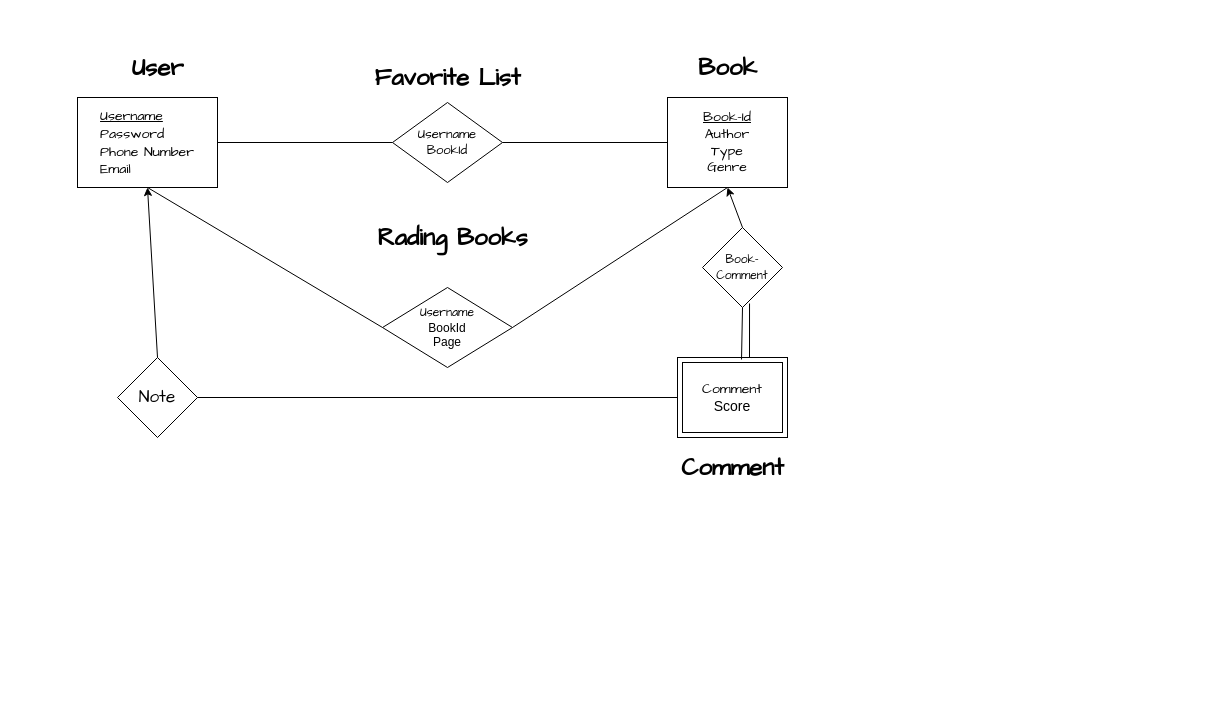
This is Untitled Diagram.drawio from fatemehprb/ER-Diagram, a draw.io file, before an edit. Source tidied: cells renumbered, new cells numbered last; positions are measured from the earlier drawing's top-left corner, leaving out a move shared by most shapes. Both pictures are drawn from the tidied source at 100%, with x=0, y=0 at pixel (77, 47).
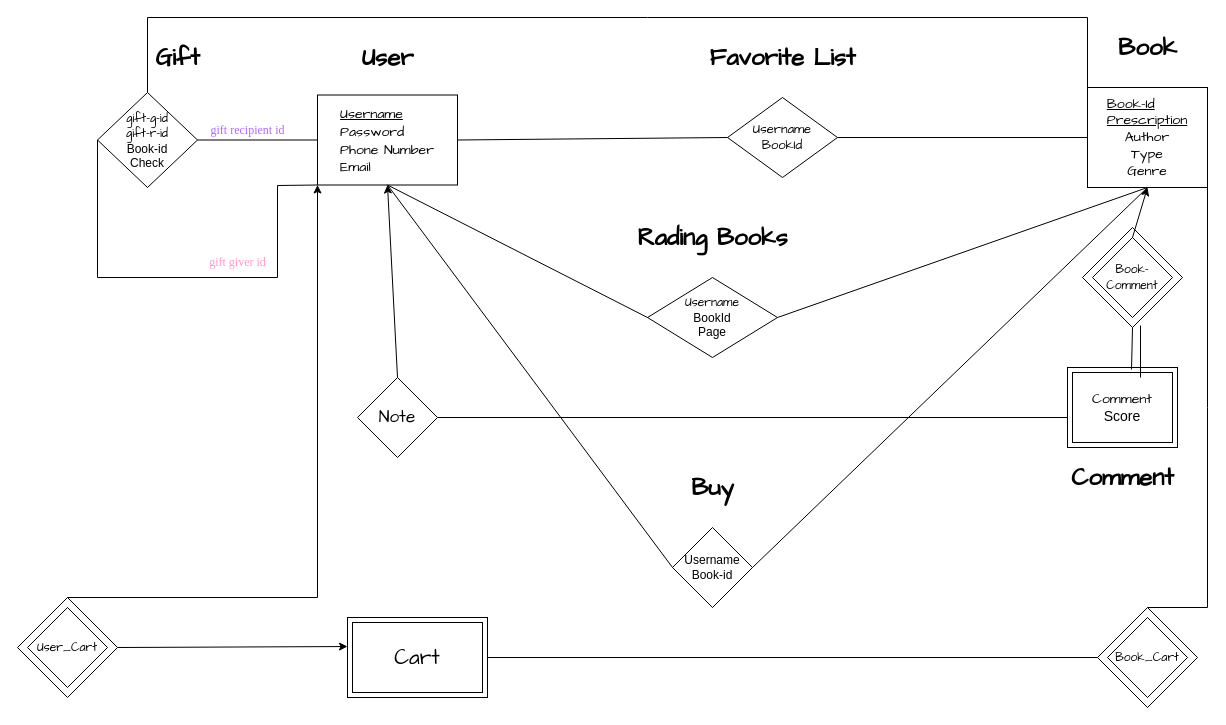
Above is the later version.

Commit message:
cart and git entities was added and basic schema of this diagram was provided

Diff of the diagram source:
```diff
@@
+    <mxCell id="23" style="rhombus;whiteSpace=wrap;html=1;" parent="1" vertex="1">
+      <mxGeometry x="1020" y="560" width="100" height="100" as="geometry" />
+    </mxCell>
+    <mxCell id="24" style="rhombus;whiteSpace=wrap;html=1;" parent="1" vertex="1">
+      <mxGeometry x="1005" y="180" width="100" height="100" as="geometry" />
+    </mxCell>
+    <mxCell id="25" style="rhombus;whiteSpace=wrap;html=1;" parent="1" vertex="1">
+      <mxGeometry x="-60" y="550" width="100" height="100" as="geometry" />
+    </mxCell>
     <mxCell id="2" value="&lt;font face=&quot;Comic Sans MS&quot;&gt;User&lt;/font&gt;" style="text;strokeColor=none;fillColor=none;html=1;fontSize=24;fontStyle=1;verticalAlign=middle;align=center;labelBorderColor=none;" parent="1" vertex="1">
-      <mxGeometry x="30" width="100" height="40" as="geometry" />
+      <mxGeometry x="260" y="-10" width="100" height="40" as="geometry" />
     </mxCell>
     <mxCell id="3" value="&lt;div style=&quot;font-size: 14px;&quot; align=&quot;left&quot;&gt;&lt;font face=&quot;Comic Sans MS&quot;&gt;&lt;u&gt;Username&lt;/u&gt;&lt;/font&gt;&lt;/div&gt;&lt;div style=&quot;font-size: 14px;&quot; align=&quot;left&quot;&gt;&lt;font face=&quot;Comic Sans MS&quot;&gt;Password&lt;/font&gt;&lt;/div&gt;&lt;div style=&quot;font-size: 14px;&quot; align=&quot;left&quot;&gt;&lt;font face=&quot;Comic Sans MS&quot;&gt;Phone Number&lt;/font&gt;&lt;/div&gt;&lt;div style=&quot;font-size: 14px;&quot; align=&quot;left&quot;&gt;&lt;font face=&quot;Comic Sans MS&quot;&gt;Email&lt;br&gt;&lt;/font&gt;&lt;/div&gt;" style="rounded=0;whiteSpace=wrap;html=1;" parent="1" vertex="1">
-      <mxGeometry y="50" width="140" height="90" as="geometry" />
+      <mxGeometry x="240" y="47.5" width="140" height="90" as="geometry" />
     </mxCell>
     <mxCell id="4" value="&lt;font face=&quot;Comic Sans MS&quot;&gt;Book&lt;/font&gt;" style="text;strokeColor=none;fillColor=none;html=1;fontSize=24;fontStyle=1;verticalAlign=middle;align=center;" parent="1" vertex="1">
-      <mxGeometry x="600" width="100" height="40" as="geometry" />
+      <mxGeometry x="1020" y="-20" width="100" height="40" as="geometry" />
     </mxCell>
-    <mxCell id="5" value="&lt;div align=&quot;left&quot; style=&quot;font-size: 14px;&quot;&gt;&lt;font style=&quot;font-size: 14px;&quot;&gt;&lt;u&gt;Book-Id&lt;br&gt;&lt;/u&gt;&lt;/font&gt;&lt;/div&gt;&lt;div style=&quot;font-size: 14px;&quot;&gt;&lt;font style=&quot;font-size: 14px;&quot;&gt;Author&lt;/font&gt;&lt;/div&gt;&lt;div style=&quot;font-size: 14px;&quot;&gt;&lt;font style=&quot;font-size: 14px;&quot;&gt;Type&lt;/font&gt;&lt;/div&gt;&lt;div style=&quot;font-size: 14px;&quot;&gt;&lt;font style=&quot;font-size: 14px;&quot;&gt;Genre&lt;/font&gt;&lt;/div&gt;" style="rounded=0;whiteSpace=wrap;html=1;fontFamily=Comic Sans MS;" parent="1" vertex="1">
-      <mxGeometry x="590" y="50" width="120" height="90" as="geometry" />
+    <mxCell id="5" value="&lt;div align=&quot;left&quot; style=&quot;font-size: 14px;&quot;&gt;&lt;font style=&quot;font-size: 14px;&quot;&gt;&lt;u&gt;Book-Id&lt;/u&gt;&lt;/font&gt;&lt;/div&gt;&lt;div align=&quot;left&quot; style=&quot;font-size: 14px;&quot;&gt;&lt;font style=&quot;font-size: 14px;&quot;&gt;&lt;u&gt;Prescription&lt;/u&gt;&lt;/font&gt;&lt;/div&gt;&lt;div style=&quot;font-size: 14px;&quot;&gt;&lt;font style=&quot;font-size: 14px;&quot;&gt;Author&lt;/font&gt;&lt;/div&gt;&lt;div style=&quot;font-size: 14px;&quot;&gt;&lt;font style=&quot;font-size: 14px;&quot;&gt;Type&lt;/font&gt;&lt;/div&gt;&lt;div style=&quot;font-size: 14px;&quot;&gt;&lt;font style=&quot;font-size: 14px;&quot;&gt;Genre&lt;/font&gt;&lt;/div&gt;" style="rounded=0;whiteSpace=wrap;html=1;fontFamily=Comic Sans MS;" parent="1" vertex="1">
+      <mxGeometry x="1010" y="40" width="120" height="100" as="geometry" />
     </mxCell>
     <mxCell id="6" value="&lt;div&gt;&lt;font style=&quot;font-size: 13px;&quot; face=&quot;Comic Sans MS&quot;&gt;Username&lt;/font&gt;&lt;/div&gt;&lt;div&gt;&lt;font style=&quot;font-size: 13px;&quot; face=&quot;Comic Sans MS&quot;&gt;BookId&lt;br&gt;&lt;/font&gt;&lt;/div&gt;" style="rhombus;whiteSpace=wrap;html=1;" parent="1" vertex="1">
-      <mxGeometry x="315" y="55" width="110" height="80" as="geometry" />
+      <mxGeometry x="650" y="50" width="110" height="80" as="geometry" />
     </mxCell>
     <mxCell id="7" value="&lt;font face=&quot;Comic Sans MS&quot;&gt;Favorite List&lt;br&gt;&lt;/font&gt;" style="text;strokeColor=none;fillColor=none;html=1;fontSize=24;fontStyle=1;verticalAlign=middle;align=center;" parent="1" vertex="1">
-      <mxGeometry x="320" y="10" width="100" height="40" as="geometry" />
+      <mxGeometry x="655" y="-10" width="100" height="40" as="geometry" />
     </mxCell>
@@
     <mxCell id="10" value="&lt;div&gt;&lt;font face=&quot;Comic Sans MS&quot;&gt;Username&lt;/font&gt;&lt;/div&gt;&lt;div&gt;&lt;font face=&quot;NOxf-u_4CmnmiJUvCoG2&quot;&gt;BookId&lt;/font&gt;&lt;/div&gt;&lt;div&gt;&lt;font face=&quot;NOxf-u_4CmnmiJUvCoG2&quot;&gt;Page&lt;br&gt;&lt;/font&gt;&lt;/div&gt;" style="rhombus;whiteSpace=wrap;html=1;" parent="1" vertex="1">
-      <mxGeometry x="305" y="240" width="130" height="80" as="geometry" />
+      <mxGeometry x="570" y="230" width="130" height="80" as="geometry" />
     </mxCell>
     <mxCell id="11" value="&lt;font face=&quot;Comic Sans MS&quot;&gt;Rading Books&lt;br&gt;&lt;/font&gt;" style="text;strokeColor=none;fillColor=none;html=1;fontSize=24;fontStyle=1;verticalAlign=middle;align=center;" parent="1" vertex="1">
-      <mxGeometry x="325" y="170" width="100" height="40" as="geometry" />
+      <mxGeometry x="585" y="170" width="100" height="40" as="geometry" />
     </mxCell>
@@
     <mxCell id="14" value="&lt;div style=&quot;font-size: 14px;&quot;&gt;&lt;font style=&quot;font-size: 14px;&quot; face=&quot;Comic Sans MS&quot;&gt;Comment&lt;/font&gt;&lt;/div&gt;&lt;div style=&quot;font-size: 14px;&quot;&gt;&lt;font style=&quot;font-size: 14px;&quot; face=&quot;cnri7KbCF3ekAPo07FWo&quot;&gt;&lt;font style=&quot;font-size: 14px;&quot;&gt;Score&lt;/font&gt;&lt;/font&gt;&lt;font style=&quot;font-size: 14px;&quot; face=&quot;cnri7KbCF3ekAPo07FWo&quot;&gt;&lt;br&gt;&lt;/font&gt;&lt;/div&gt;" style="shape=ext;margin=3;double=1;whiteSpace=wrap;html=1;align=center;" parent="1" vertex="1">
-      <mxGeometry x="600" y="310" width="110" height="80" as="geometry" />
+      <mxGeometry x="990" y="320" width="110" height="80" as="geometry" />
     </mxCell>
     <mxCell id="15" value="&lt;font face=&quot;Comic Sans MS&quot;&gt;Comment&lt;/font&gt;" style="text;strokeColor=none;fillColor=none;html=1;fontSize=24;fontStyle=1;verticalAlign=middle;align=center;" parent="1" vertex="1">
-      <mxGeometry x="605" y="400" width="100" height="40" as="geometry" />
+      <mxGeometry x="995" y="410" width="100" height="40" as="geometry" />
     </mxCell>
     <mxCell id="16" value="&lt;font face=&quot;Comic Sans MS&quot;&gt;Book-Comment&lt;/font&gt;" style="rhombus;whiteSpace=wrap;html=1;" parent="1" vertex="1">
-      <mxGeometry x="625" y="180" width="80" height="80" as="geometry" />
+      <mxGeometry x="1015" y="190" width="80" height="80" as="geometry" />
     </mxCell>
@@
-    <mxCell id="18" style="endArrow=none;html=1;rounded=0;entryX=0.5;entryY=1;entryDx=0;entryDy=0;exitX=0.582;exitY=0.025;exitDx=0;exitDy=0;exitPerimeter=0;" parent="1" edge="1" source="14" target="16">
+    <mxCell id="18" style="endArrow=none;html=1;rounded=0;entryX=0.5;entryY=1;entryDx=0;entryDy=0;exitX=0.582;exitY=0.025;exitDx=0;exitDy=0;exitPerimeter=0;" parent="1" edge="1" source="14" target="24">
       <mxGeometry relative="1" as="geometry" />
     </mxCell>
-    <mxCell id="19" style="endArrow=none;html=1;rounded=0;entryX=0.588;entryY=0.95;entryDx=0;entryDy=0;entryPerimeter=0;" parent="1" edge="1" target="16">
+    <mxCell id="19" style="endArrow=none;html=1;rounded=0;entryX=0.58;entryY=0.98;entryDx=0;entryDy=0;entryPerimeter=0;" parent="1" edge="1" target="24">
       <mxGeometry relative="1" as="geometry">
-        <mxPoint x="672" y="310" as="sourcePoint" />
+        <mxPoint x="1063" y="330" as="sourcePoint" />
       </mxGeometry>
     </mxCell>
     <mxCell id="20" value="&lt;font style=&quot;font-size: 17px;&quot; face=&quot;Comic Sans MS&quot;&gt;Note&lt;/font&gt;" style="rhombus;whiteSpace=wrap;html=1;" parent="1" vertex="1">
-      <mxGeometry x="40" y="310" width="80" height="80" as="geometry" />
+      <mxGeometry x="280" y="330" width="80" height="80" as="geometry" />
     </mxCell>
-    <mxCell id="21" style="endArrow=none;html=1;rounded=0;exitX=1;exitY=0.5;exitDx=0;exitDy=0;entryX=0;entryY=0.5;entryDx=0;entryDy=0;" parent="1" edge="1" source="20" target="14">
-      <mxGeometry relative="1" as="geometry" />
+    <mxCell id="21" style="endArrow=none;html=1;rounded=0;exitX=1;exitY=0.5;exitDx=0;exitDy=0;" parent="1" edge="1" source="20">
+      <mxGeometry relative="1" as="geometry">
+        <mxPoint x="990" y="370" as="targetPoint" />
+      </mxGeometry>
     </mxCell>
@@
+    <mxCell id="26" value="&lt;div&gt;Username&lt;/div&gt;&lt;div&gt;Book-id&lt;br&gt;&lt;/div&gt;" style="rhombus;whiteSpace=wrap;html=1;" parent="1" vertex="1">
+      <mxGeometry x="595" y="480" width="80" height="80" as="geometry" />
+    </mxCell>
+    <mxCell id="27" value="&lt;font face=&quot;Comic Sans MS&quot;&gt;Buy&lt;/font&gt;" style="text;strokeColor=none;fillColor=none;html=1;fontSize=24;fontStyle=1;verticalAlign=middle;align=center;" parent="1" vertex="1">
+      <mxGeometry x="585" y="420" width="100" height="40" as="geometry" />
+    </mxCell>
+    <mxCell id="28" style="endArrow=none;html=1;rounded=0;exitX=0;exitY=0.5;exitDx=0;exitDy=0;entryX=0.5;entryY=1;entryDx=0;entryDy=0;" parent="1" edge="1" source="26" target="3">
+      <mxGeometry relative="1" as="geometry" />
+    </mxCell>
+    <mxCell id="29" style="endArrow=none;html=1;rounded=0;exitX=1;exitY=0.5;exitDx=0;exitDy=0;entryX=0.5;entryY=1;entryDx=0;entryDy=0;" parent="1" edge="1" source="26" target="5">
+      <mxGeometry relative="1" as="geometry" />
+    </mxCell>
+    <mxCell id="30" value="&lt;font style=&quot;font-size: 21px;&quot; face=&quot;Comic Sans MS&quot;&gt;Cart&lt;/font&gt;" style="shape=ext;margin=3;double=1;whiteSpace=wrap;html=1;align=center;" parent="1" vertex="1">
+      <mxGeometry x="270" y="570" width="140" height="80" as="geometry" />
+    </mxCell>
+    <mxCell id="31" value="&lt;font face=&quot;Comic Sans MS&quot;&gt;User_Cart&lt;/font&gt;" style="rhombus;whiteSpace=wrap;html=1;" parent="1" vertex="1">
+      <mxGeometry x="-50" y="560" width="80" height="80" as="geometry" />
+    </mxCell>
+    <mxCell id="32" style="endArrow=classic;html=1;rounded=0;exitX=1;exitY=0.5;exitDx=0;exitDy=0;entryX=0;entryY=0.363;entryDx=0;entryDy=0;entryPerimeter=0;" parent="1" edge="1" source="25" target="30">
+      <mxGeometry relative="1" as="geometry" />
+    </mxCell>
+    <mxCell id="33" style="endArrow=classic;html=1;rounded=0;exitX=0.5;exitY=0;exitDx=0;exitDy=0;entryX=0;entryY=1;entryDx=0;entryDy=0;" parent="1" edge="1" source="25" target="3">
+      <mxGeometry relative="1" as="geometry">
+        <Array as="points">
+          <mxPoint x="240" y="550" />
+        </Array>
+      </mxGeometry>
+    </mxCell>
+    <mxCell id="34" value="&lt;font face=&quot;Comic Sans MS&quot;&gt;Book_Cart&lt;/font&gt;" style="rhombus;whiteSpace=wrap;html=1;" parent="1" vertex="1">
+      <mxGeometry x="1030" y="570" width="80" height="80" as="geometry" />
+    </mxCell>
+    <mxCell id="35" style="endArrow=none;html=1;rounded=0;exitX=1;exitY=0.5;exitDx=0;exitDy=0;entryX=0;entryY=0.5;entryDx=0;entryDy=0;" parent="1" edge="1" source="30" target="23">
+      <mxGeometry relative="1" as="geometry" />
+    </mxCell>
+    <mxCell id="36" style="endArrow=none;html=1;rounded=0;exitX=0.5;exitY=0;exitDx=0;exitDy=0;entryX=1;entryY=1;entryDx=0;entryDy=0;" parent="1" edge="1" source="23" target="5">
+      <mxGeometry relative="1" as="geometry">
+        <Array as="points">
+          <mxPoint x="1130" y="560" />
+          <mxPoint x="1130" y="360" />
+        </Array>
+      </mxGeometry>
+    </mxCell>
+    <mxCell id="37" value="&lt;div&gt;&lt;font face=&quot;Comic Sans MS&quot;&gt;gift-g-id&lt;/font&gt;&lt;/div&gt;&lt;div&gt;&lt;font face=&quot;Comic Sans MS&quot;&gt;gift-r-id&lt;/font&gt;&lt;/div&gt;&lt;div&gt;&lt;font face=&quot;c_LbgyrrG6FDdpBPeejG&quot;&gt;Book-id&lt;br&gt;&lt;/font&gt;&lt;/div&gt;&lt;div&gt;&lt;font face=&quot;c_LbgyrrG6FDdpBPeejG&quot;&gt;Check&lt;br&gt;&lt;/font&gt;&lt;/div&gt;" style="rhombus;whiteSpace=wrap;html=1;" parent="1" vertex="1">
+      <mxGeometry x="20" y="45" width="100" height="95" as="geometry" />
+    </mxCell>
+    <mxCell id="38" value="&lt;font face=&quot;Comic Sans MS&quot;&gt;Gift&lt;/font&gt;" style="text;strokeColor=none;fillColor=none;html=1;fontSize=24;fontStyle=1;verticalAlign=middle;align=center;" parent="1" vertex="1">
+      <mxGeometry x="50" y="-10" width="100" height="40" as="geometry" />
+    </mxCell>
+    <mxCell id="39" style="endArrow=none;html=1;rounded=0;exitX=1;exitY=0.5;exitDx=0;exitDy=0;entryX=0;entryY=0.5;entryDx=0;entryDy=0;" parent="1" edge="1" source="37" target="3">
+      <mxGeometry relative="1" as="geometry" />
+    </mxCell>
+    <mxCell id="40" style="endArrow=none;html=1;rounded=0;exitX=0;exitY=0.5;exitDx=0;exitDy=0;entryX=0;entryY=1;entryDx=0;entryDy=0;" parent="1" edge="1" source="37" target="3">
+      <mxGeometry relative="1" as="geometry">
+        <Array as="points">
+          <mxPoint x="20" y="230" />
+          <mxPoint x="200" y="230" />
+          <mxPoint x="200" y="138" />
+        </Array>
+      </mxGeometry>
+    </mxCell>
+    <mxCell id="41" value="&lt;font color=&quot;#b266ff&quot; face=&quot;Times New Roman&quot;&gt;gift recipient id&lt;/font&gt;" style="text;html=1;align=center;verticalAlign=middle;strokeColor=none;fillColor=none;" parent="1" vertex="1">
+      <mxGeometry x="120" y="68" width="100" height="30" as="geometry" />
+    </mxCell>
+    <mxCell id="42" value="&lt;font color=&quot;#ff99cc&quot; face=&quot;Times New Roman&quot;&gt;gift giver id&lt;/font&gt;" style="text;html=1;align=center;verticalAlign=middle;strokeColor=none;fillColor=none;" parent="1" vertex="1">
+      <mxGeometry x="120" y="200" width="80" height="30" as="geometry" />
+    </mxCell>
+    <mxCell id="43" style="endArrow=none;html=1;rounded=0;exitX=0.5;exitY=0;exitDx=0;exitDy=0;entryX=0;entryY=0;entryDx=0;entryDy=0;" parent="1" edge="1" source="37" target="5">
+      <mxGeometry relative="1" as="geometry">
+        <Array as="points">
+          <mxPoint x="70" y="-30" />
+          <mxPoint x="570" y="-30" />
+          <mxPoint x="1010" y="-30" />
+        </Array>
+      </mxGeometry>
+    </mxCell>
```
